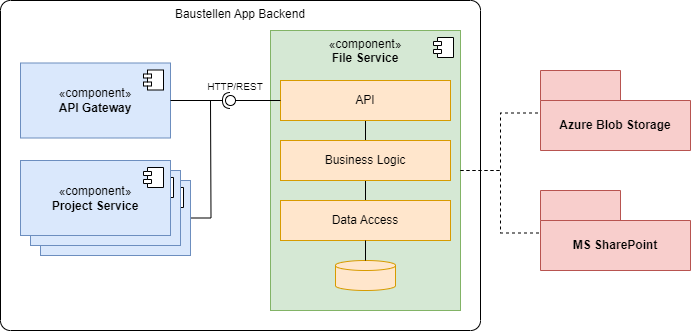
Before: ablage/bausteinsicht-file-service.drawio.png, a diagram exported from draw.io (zuercheram/Master-Thesis). Source tidied: cells renumbered, new cells last; positions are measured from the earlier drawing's top-left corner, leaving out a move shared by most shapes.
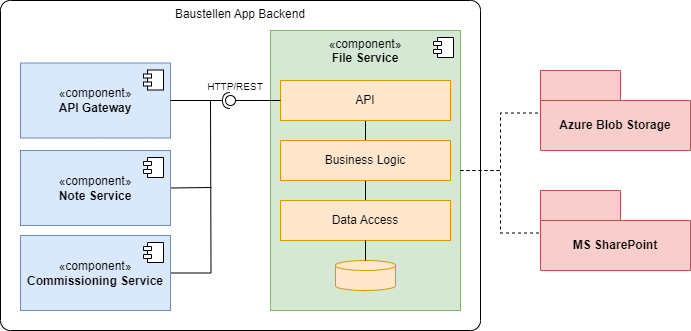
After the commit.

The edit, as a diff of the source:
```diff
@@ -5,21 +5,13 @@
     <mxCell id="2" value="Baustellen App Backend" style="rounded=1;whiteSpace=wrap;html=1;arcSize=3;fillColor=none;verticalAlign=top;labelPosition=center;verticalLabelPosition=middle;align=center;" parent="1" vertex="1">
       <mxGeometry width="480" height="330" as="geometry" />
     </mxCell>
-    <mxCell id="3" style="edgeStyle=orthogonalEdgeStyle;rounded=0;jettySize=auto;html=1;endArrow=none;startFill=0;" parent="1" edge="1" source="4">
+    <mxCell id="3" style="edgeStyle=orthogonalEdgeStyle;rounded=0;jettySize=auto;html=1;endArrow=none;startFill=0;exitX=1;exitY=0.5;exitDx=0;exitDy=0;" parent="1" edge="1" source="6">
       <mxGeometry relative="1" as="geometry">
         <mxPoint x="210" y="100" as="targetPoint" />
       </mxGeometry>
     </mxCell>
-    <mxCell id="4" value="«component»&lt;br&gt;&lt;b&gt;Project Service&lt;/b&gt;" style="html=1;whiteSpace=wrap;fillColor=#dae8fc;strokeColor=#6c8ebf;flipV=0;" parent="1" vertex="1">
-      <mxGeometry x="40" y="180" width="150" height="75" as="geometry" />
-    </mxCell>
-    <mxCell id="5" style="shape=module;jettyWidth=8;jettyHeight=4;" parent="4" vertex="1">
-      <mxGeometry x="1" width="20" height="20" relative="1" as="geometry">
-        <mxPoint x="-27" y="7" as="offset" />
-      </mxGeometry>
-    </mxCell>
-    <mxCell id="6" value="«component»&lt;br&gt;&lt;b&gt;Project Service&lt;/b&gt;" style="html=1;whiteSpace=wrap;fillColor=#dae8fc;strokeColor=#6c8ebf;flipV=0;" parent="1" vertex="1">
-      <mxGeometry x="30" y="170" width="150" height="75" as="geometry" />
+    <mxCell id="6" value="«component»&lt;br&gt;&lt;b&gt;Commissioning Service&lt;/b&gt;" style="html=1;whiteSpace=wrap;fillColor=#dae8fc;strokeColor=#6c8ebf;flipV=0;" parent="1" vertex="1">
+      <mxGeometry x="20" y="235" width="150" height="75" as="geometry" />
     </mxCell>
     <mxCell id="7" style="shape=module;jettyWidth=8;jettyHeight=4;" parent="6" vertex="1">
       <mxGeometry x="1" width="20" height="20" relative="1" as="geometry">
@@ -82,8 +74,13 @@
     <mxCell id="23" style="ellipse;whiteSpace=wrap;html=1;align=center;fillColor=none;strokeColor=none;perimeter=centerPerimeter;" parent="1" vertex="1">
       <mxGeometry x="370" y="30" width="10" height="10" as="geometry" />
     </mxCell>
+    <mxCell id="30" style="edgeStyle=orthogonalEdgeStyle;rounded=0;jettySize=auto;html=1;exitX=1;exitY=0.5;exitDx=0;exitDy=0;endArrow=none;startFill=0;" parent="1" edge="1" source="24">
+      <mxGeometry relative="1" as="geometry">
+        <mxPoint x="211" y="187" as="targetPoint" />
+      </mxGeometry>
+    </mxCell>
-    <mxCell id="24" value="«component»&lt;br&gt;&lt;b&gt;Project Service&lt;/b&gt;" style="html=1;whiteSpace=wrap;fillColor=#dae8fc;strokeColor=#6c8ebf;flipV=0;" parent="1" vertex="1">
-      <mxGeometry x="20" y="160" width="150" height="75" as="geometry" />
+    <mxCell id="24" value="«component»&lt;br&gt;&lt;b&gt;Note Service&lt;/b&gt;" style="html=1;whiteSpace=wrap;fillColor=#dae8fc;strokeColor=#6c8ebf;flipV=0;" parent="1" vertex="1">
+      <mxGeometry x="20" y="150" width="150" height="75" as="geometry" />
     </mxCell>
     <mxCell id="25" style="shape=module;jettyWidth=8;jettyHeight=4;" parent="24" vertex="1">
       <mxGeometry x="1" width="20" height="20" relative="1" as="geometry">
```
